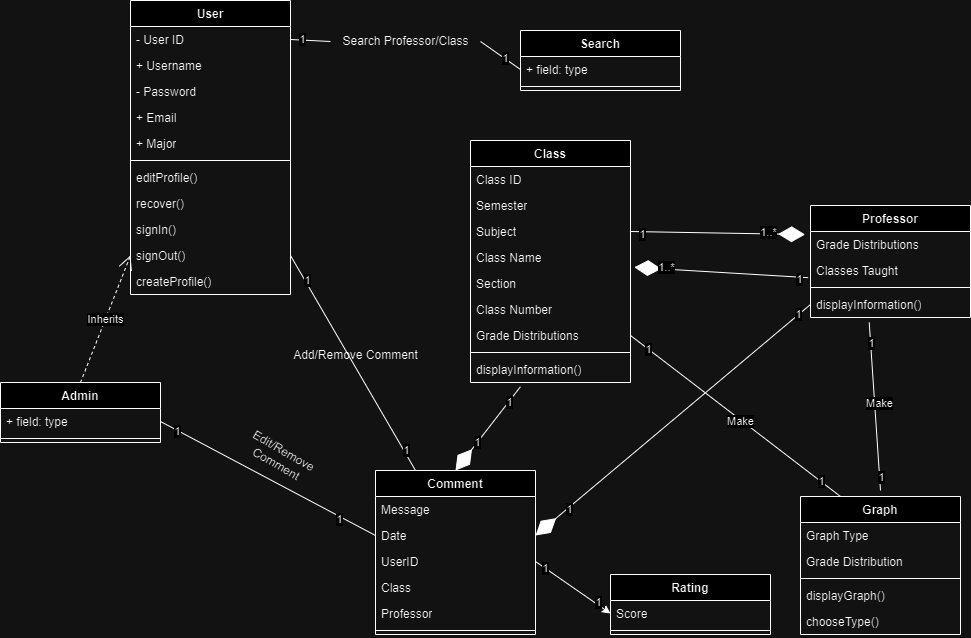
Above: images/Class_Diagram.drawio_2.png in jeffreyHoelzel/LouiesRatings (draw.io), before the change. Source tidied: cells renumbered, new cells last; positions are measured from the earlier drawing's top-left corner, leaving out a move shared by most shapes.
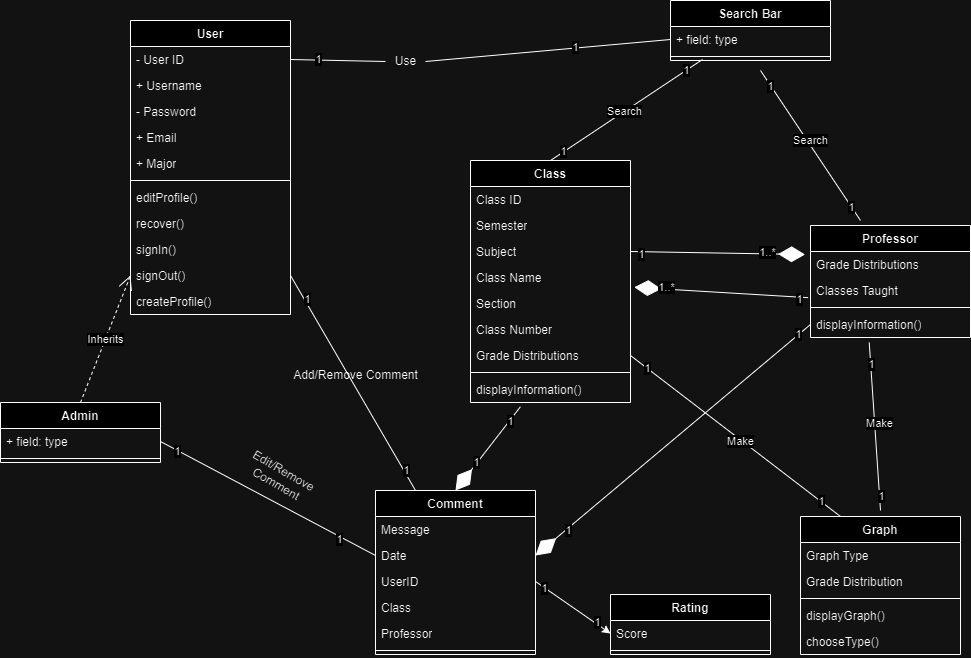
Above is the later version.

Commit message:
Made slight change class diagram

What changed in the source:
```diff
@@ -140,8 +140,8 @@
     <mxCell id="47" value="displayInformation()" style="text;strokeColor=none;fillColor=none;align=left;verticalAlign=top;spacingLeft=4;spacingRight=4;overflow=hidden;points=[[0,0.5],[1,0.5]];portConstraint=eastwest;whiteSpace=wrap;html=1;" parent="43" vertex="1">
       <mxGeometry y="86" width="160" height="26" as="geometry" />
     </mxCell>
-    <mxCell id="48" value="Search" style="swimlane;fontStyle=1;align=center;verticalAlign=top;horizontal=1;startSize=26;whiteSpace=wrap;html=1;" parent="1" vertex="1">
-      <mxGeometry x="520" y="30" width="160" height="60" as="geometry" />
+    <mxCell id="48" value="Search Bar" style="swimlane;fontStyle=1;align=center;verticalAlign=top;horizontal=1;startSize=26;whiteSpace=wrap;html=1;" parent="1" vertex="1">
+      <mxGeometry x="670" y="-20" width="160" height="60" as="geometry" />
     </mxCell>
     <mxCell id="49" value="+ field: type" style="text;strokeColor=none;fillColor=none;align=left;verticalAlign=top;spacingLeft=4;spacingRight=4;overflow=hidden;points=[[0,0.5],[1,0.5]];portConstraint=eastwest;whiteSpace=wrap;html=1;" parent="48" vertex="1">
       <mxGeometry y="26" width="160" height="26" as="geometry" />
@@ -224,8 +224,8 @@
     <mxCell id="75" value="1" style="edgeLabel;html=1;align=center;verticalAlign=middle;" parent="74" vertex="1">
       <mxGeometry x="-0.44" y="1" relative="1" as="geometry" />
     </mxCell>
-    <mxCell id="76" value="Search Professor/Class" style="text;html=1;align=center;verticalAlign=middle;points=[];strokeColor=none;fillColor=none;rotation=0;" parent="1" vertex="1">
-      <mxGeometry x="330" y="26" width="150" height="30" as="geometry" />
+    <mxCell id="76" value="Use" style="text;html=1;align=center;verticalAlign=middle;points=[];strokeColor=none;fillColor=none;rotation=0;" parent="1" vertex="1">
+      <mxGeometry x="385" y="26" width="40" height="30" as="geometry" />
     </mxCell>
     <mxCell id="77" style="endArrow=none;html=1;rounded=0;entryX=0.367;entryY=1.191;entryDx=0;entryDy=0;entryPerimeter=0;" parent="1" edge="1" target="47">
       <mxGeometry relative="1" as="geometry">
@@ -264,5 +264,34 @@
     <mxCell id="87" value="1..*" style="edgeLabel;html=1;align=center;verticalAlign=middle;" parent="85" vertex="1">
       <mxGeometry x="0.56" y="2" relative="1" as="geometry" />
     </mxCell>
+    <mxCell id="88" style="endArrow=none;html=1;rounded=0;entryX=0.2;entryY=0.875;entryDx=0;entryDy=0;entryPerimeter=0;exitX=0.5;exitY=0;exitDx=0;exitDy=0;" parent="1" edge="1" source="14" target="50">
+      <mxGeometry relative="1" as="geometry" />
+    </mxCell>
+    <mxCell id="89" value="1" style="edgeLabel;html=1;align=center;verticalAlign=middle;" parent="88" vertex="1">
+      <mxGeometry x="-0.84" y="1" relative="1" as="geometry" />
+    </mxCell>
+    <mxCell id="90" value="1" style="edgeLabel;html=1;align=center;verticalAlign=middle;" parent="88" vertex="1">
+      <mxGeometry x="0.79" y="1" relative="1" as="geometry">
+        <mxPoint y="1" as="offset" />
+      </mxGeometry>
+    </mxCell>
+    <mxCell id="91" value="Search" style="edgeLabel;html=1;align=center;verticalAlign=middle;" parent="88" vertex="1">
+      <mxGeometry x="-0.03" y="1" relative="1" as="geometry" />
+    </mxCell>
+    <mxCell id="92" style="endArrow=none;html=1;rounded=0;" parent="1" edge="1">
+      <mxGeometry relative="1" as="geometry">
+        <mxPoint x="860" y="200" as="sourcePoint" />
+        <mxPoint x="760" y="50" as="targetPoint" />
+      </mxGeometry>
+    </mxCell>
+    <mxCell id="93" value="1" style="edgeLabel;html=1;align=center;verticalAlign=middle;" parent="92" vertex="1">
+      <mxGeometry x="0.8" y="1" relative="1" as="geometry" />
+    </mxCell>
+    <mxCell id="94" value="1" style="edgeLabel;html=1;align=center;verticalAlign=middle;" parent="92" vertex="1">
+      <mxGeometry x="-0.82" y="1" relative="1" as="geometry" />
+    </mxCell>
+    <mxCell id="95" value="Search" style="edgeLabel;html=1;align=center;verticalAlign=middle;" parent="92" vertex="1">
+      <mxGeometry x="0.06" y="-3" relative="1" as="geometry" />
+    </mxCell>
   </root>
 </mxGraphModel>
```
